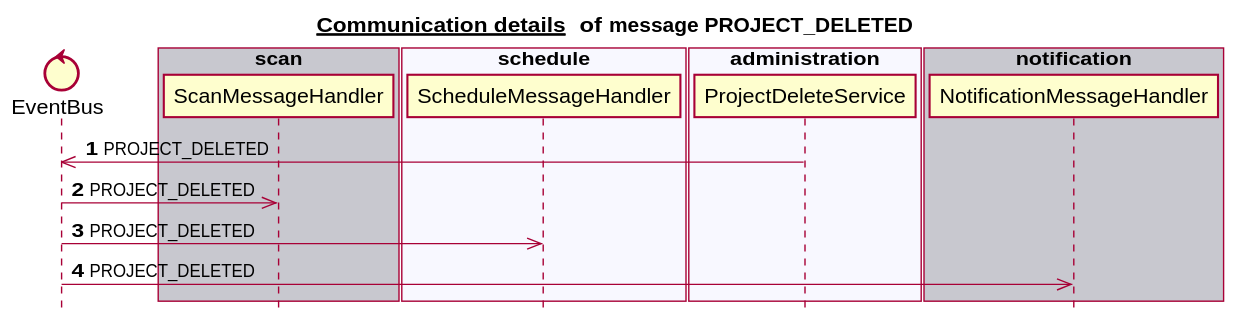
Above: docs/latest/images/gen_domain_messaging_project_deleted.svg in mercedes-benz/sechub (PlantUML), before the change.
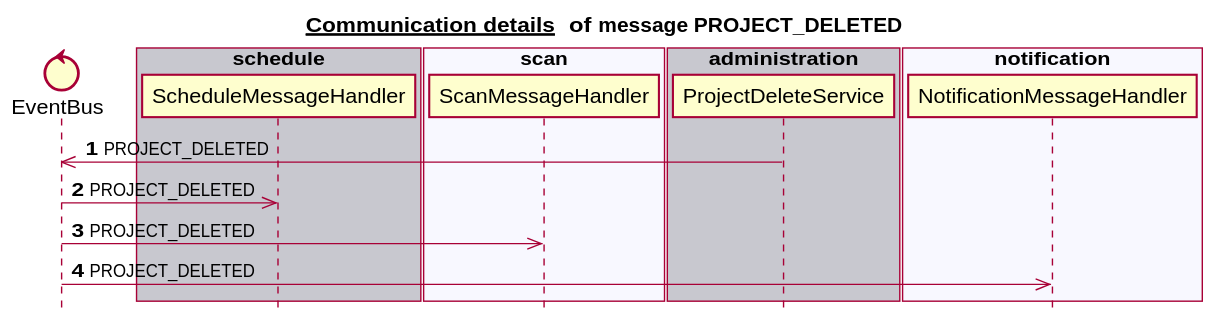
After the commit.

What changed in the source:
```diff
@@ -6,24 +6,24 @@
 
 
 control EventBus
-box "scan" #C8C8CF
+box "schedule" #C8C8CF
+   participant ScheduleMessageHandler
+end box
+box "scan" #F8F8FF
    participant ScanMessageHandler
 end box
-box "schedule" #F8F8FF
-   participant ScheduleMessageHandler
+box "administration" #C8C8CF
+   participant ProjectDeleteService
+end box
+box "notification" #F8F8FF
+   participant NotificationMessageHandler
 end box
 box "authorization" #C8C8CF
 end box
-box "administration" #F8F8FF
-   participant ProjectDeleteService
-end box
-box "notification" #C8C8CF
-   participant NotificationMessageHandler
-end box
 autonumber 1
 ProjectDeleteService ->> EventBus:PROJECT_DELETED
+EventBus ->> ScheduleMessageHandler:PROJECT_DELETED
 EventBus ->> ScanMessageHandler:PROJECT_DELETED
-EventBus ->> ScheduleMessageHandler:PROJECT_DELETED
 EventBus ->> NotificationMessageHandler:PROJECT_DELETED
 autonumber stop
 
```
